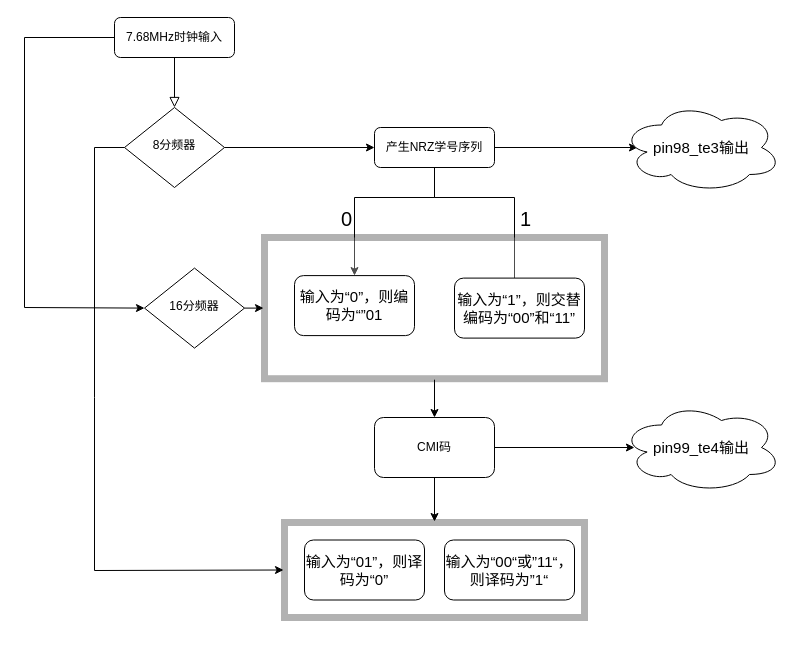
Before: 未命名绘图qqq.drawio in JYbrucEupup/zip, a draw.io diagram. Source tidied: cells renumbered, new cells numbered last; positions are measured from the earlier drawing's top-left corner, leaving out a move shared by most shapes. Both pictures are drawn from the tidied source at 100%, with x=0, y=0 at pixel (24, 17).
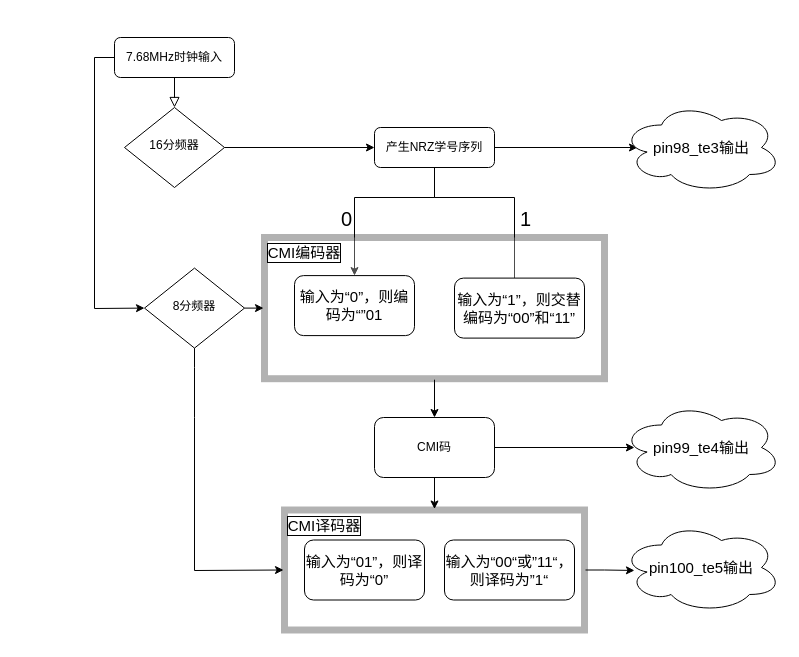
After the change.

Commit message (it also covers changes not shown here):
更新未命名绘图qqq.drawio

The edit, as a diff of the source:
```diff
@@
     <mxCell id="3" value="7.68MHz时钟输入" style="rounded=1;whiteSpace=wrap;html=1;fontSize=12;glass=0;strokeWidth=1;shadow=0;" parent="1" vertex="1">
-      <mxGeometry x="90" width="120" height="40" as="geometry" />
+      <mxGeometry x="90" y="20" width="120" height="40" as="geometry" />
     </mxCell>
-    <mxCell id="4" value="8分频器" style="rhombus;whiteSpace=wrap;html=1;shadow=0;fontFamily=Helvetica;fontSize=12;align=center;strokeWidth=1;spacing=6;spacingTop=-4;" parent="1" vertex="1">
+    <mxCell id="4" value="16分频器" style="rhombus;whiteSpace=wrap;html=1;shadow=0;fontFamily=Helvetica;fontSize=12;align=center;strokeWidth=1;spacing=6;spacingTop=-4;" parent="1" vertex="1">
       <mxGeometry x="100" y="90" width="100" height="80" as="geometry" />
     </mxCell>
@@
-    <mxCell id="10" value="16分频器" style="rhombus;whiteSpace=wrap;html=1;shadow=0;fontFamily=Helvetica;fontSize=12;align=center;strokeWidth=1;spacing=6;spacingTop=-4;" parent="1" vertex="1">
+    <mxCell id="10" value="8分频器" style="rhombus;whiteSpace=wrap;html=1;shadow=0;fontFamily=Helvetica;fontSize=12;align=center;strokeWidth=1;spacing=6;spacingTop=-4;" parent="1" vertex="1">
       <mxGeometry x="120" y="250.6" width="100" height="80" as="geometry" />
     </mxCell>
     <mxCell id="11" style="endArrow=none;html=1;rounded=0;exitX=0;exitY=0.5;exitDx=0;exitDy=0;" parent="1" edge="1" source="3">
       <mxGeometry relative="1" as="geometry">
-        <mxPoint y="20" as="targetPoint" />
+        <mxPoint x="70" y="40" as="targetPoint" />
       </mxGeometry>
     </mxCell>
     <mxCell id="12" style="endArrow=classic;html=1;rounded=0;entryX=0;entryY=0.5;entryDx=0;entryDy=0;" parent="1" edge="1" target="10">
       <mxGeometry relative="1" as="geometry">
-        <mxPoint y="20" as="sourcePoint" />
+        <mxPoint x="70" y="40" as="sourcePoint" />
         <Array as="points">
-          <mxPoint y="290" />
+          <mxPoint x="70" y="291" />
         </Array>
       </mxGeometry>
     </mxCell>
@@
+    <mxCell id="30" style="edgeStyle=orthogonalEdgeStyle;rounded=0;jettySize=auto;html=1;exitX=1;exitY=0.5;exitDx=0;exitDy=0;entryX=0.081;entryY=0.533;entryDx=0;entryDy=0;entryPerimeter=0;" parent="1" edge="1" source="25" target="31">
+      <mxGeometry relative="1" as="geometry" />
+    </mxCell>
     <mxCell id="25" style="rounded=0;whiteSpace=wrap;html=1;opacity=30;strokeWidth=7;perimeterSpacing=1;" parent="1" vertex="1">
-      <mxGeometry x="260" y="505" width="300" height="95" as="geometry" />
+      <mxGeometry x="260" y="492.5" width="300" height="120" as="geometry" />
     </mxCell>
@@
-    <mxCell id="29" style="endArrow=classic;html=1;rounded=0;exitX=0;exitY=0.5;exitDx=0;exitDy=0;entryX=0;entryY=0.5;entryDx=0;entryDy=0;" parent="1" edge="1" source="4" target="25">
+    <mxCell id="29" style="endArrow=classic;html=1;rounded=0;exitX=0.5;exitY=1;exitDx=0;exitDy=0;entryX=0;entryY=0.5;entryDx=0;entryDy=0;" parent="1" edge="1" source="10" target="25">
       <mxGeometry relative="1" as="geometry">
         <Array as="points">
-          <mxPoint x="70" y="130" />
-          <mxPoint x="70" y="380" />
-          <mxPoint x="70" y="553" />
+          <mxPoint x="170" y="350" />
+          <mxPoint x="170" y="400" />
+          <mxPoint x="170" y="553" />
         </Array>
       </mxGeometry>
     </mxCell>
+    <mxCell id="31" value="&lt;font style=&quot;font-size: 15px;&quot;&gt;pin100_te5输出&lt;/font&gt;" style="ellipse;shape=cloud;whiteSpace=wrap;html=1;" parent="1" vertex="1">
+      <mxGeometry x="597" y="505" width="160" height="90" as="geometry" />
+    </mxCell>
+    <mxCell id="32" value="&lt;font style=&quot;font-size: 15px;&quot;&gt;CMI编码器&lt;/font&gt;" style="text;html=1;strokeColor=none;fillColor=none;align=center;verticalAlign=middle;whiteSpace=wrap;rounded=0;labelBorderColor=default;" parent="1" vertex="1">
+      <mxGeometry x="230" y="220" width="100" height="30" as="geometry" />
+    </mxCell>
+    <mxCell id="33" value="&lt;font style=&quot;font-size: 15px;&quot;&gt;CMI译码器&lt;/font&gt;" style="text;html=1;strokeColor=none;fillColor=none;align=center;verticalAlign=middle;whiteSpace=wrap;rounded=0;labelBorderColor=default;" parent="1" vertex="1">
+      <mxGeometry x="250" y="492.5" width="100" height="30" as="geometry" />
+    </mxCell>
```
